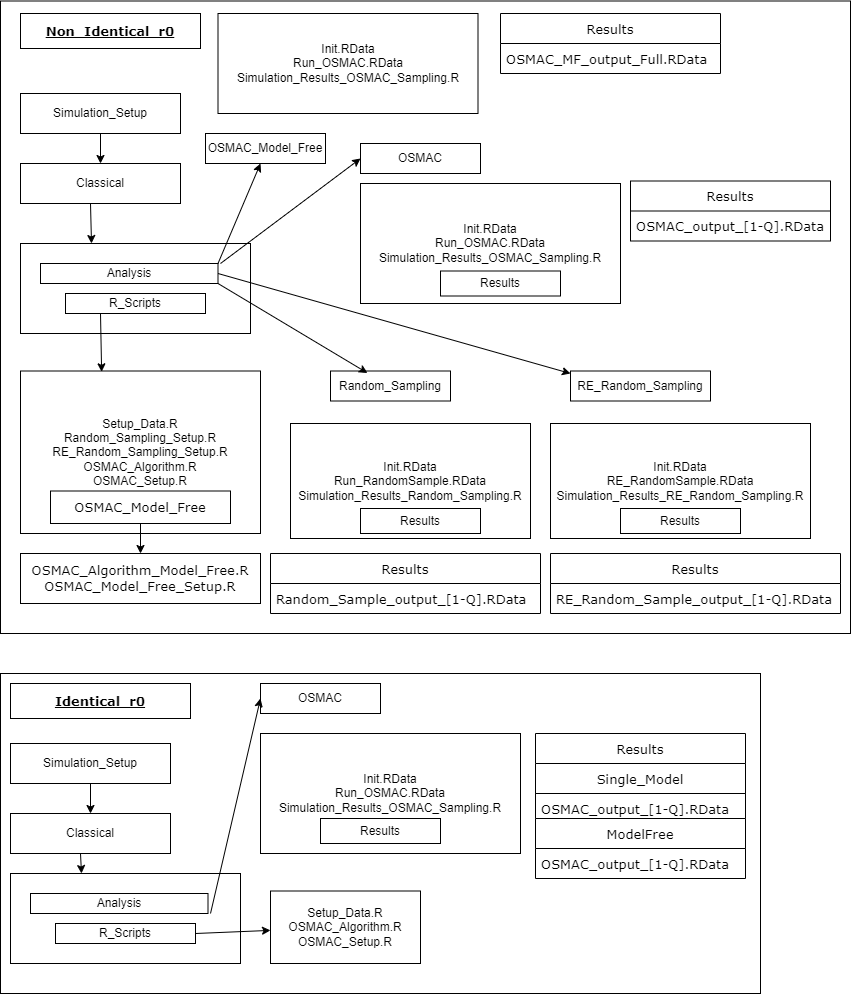
Above: Images/Simulation_Setup.png in Amalan-ConStat/RS_OS_MROS_LR_RWS_SkinData (draw.io), before the change. Source tidied: cells renumbered, new cells last; positions are measured from the earlier drawing's top-left corner, leaving out a move shared by most shapes.
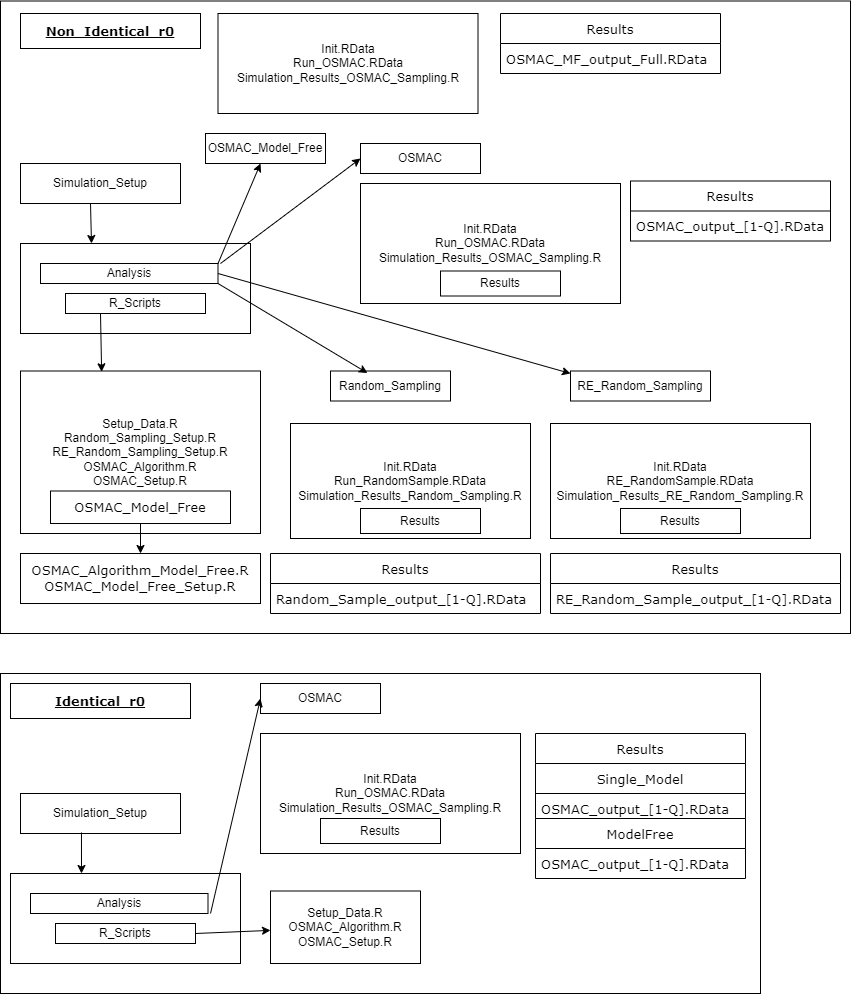
The same diagram one commit later.

Diff of the diagram source:
```diff
@@ -12,20 +12,14 @@
       <mxGeometry x="20" y="242" width="230" height="90" as="geometry" />
     </mxCell>
     <mxCell id="5" value="Simulation_Setup" style="rounded=0;whiteSpace=wrap;html=1;" parent="1" vertex="1">
-      <mxGeometry x="20" y="92" width="160" height="40" as="geometry" />
+      <mxGeometry x="20" y="162" width="160" height="40" as="geometry" />
     </mxCell>
-    <mxCell id="6" value="Classical" style="rounded=0;whiteSpace=wrap;html=1;" parent="1" vertex="1">
-      <mxGeometry x="20" y="162" width="160" height="40" as="geometry" />
-    </mxCell>
     <mxCell id="7" value="&lt;span style=&quot;white-space: normal&quot;&gt;R_Scripts&lt;/span&gt;" style="rounded=0;whiteSpace=wrap;html=1;" parent="1" vertex="1">
       <mxGeometry x="65" y="292" width="140" height="20" as="geometry" />
     </mxCell>
     <mxCell id="8" value="Analysis" style="rounded=0;whiteSpace=wrap;html=1;" parent="1" vertex="1">
       <mxGeometry x="40" y="262" width="177.5" height="20" as="geometry" />
     </mxCell>
-    <mxCell id="9" style="endArrow=classic;html=1;exitX=0.5;exitY=1;exitDx=0;exitDy=0;entryX=0.5;entryY=0;entryDx=0;entryDy=0;" parent="1" edge="1" source="5" target="6">
-      <mxGeometry relative="1" as="geometry" />
-    </mxCell>
     <mxCell id="10" value="Setup_Data.R&lt;br&gt;Random_Sampling_Setup.R&lt;br&gt;RE_Random_Sampling_Setup.R&lt;br&gt;OSMAC_Algorithm.R&lt;br&gt;OSMAC_Setup.R" style="rounded=0;whiteSpace=wrap;html=1;" parent="1" vertex="1">
       <mxGeometry x="20" y="369.5" width="240" height="162.5" as="geometry" />
     </mxCell>
@@ -128,20 +122,14 @@
       <mxGeometry x="10" y="872" width="230" height="90" as="geometry" />
     </mxCell>
     <mxCell id="40" value="Simulation_Setup" style="rounded=0;whiteSpace=wrap;html=1;" parent="1" vertex="1">
-      <mxGeometry x="10" y="742" width="160" height="40" as="geometry" />
+      <mxGeometry x="20" y="792" width="160" height="40" as="geometry" />
     </mxCell>
-    <mxCell id="41" value="Classical" style="rounded=0;whiteSpace=wrap;html=1;" parent="1" vertex="1">
-      <mxGeometry x="10" y="812" width="160" height="40" as="geometry" />
-    </mxCell>
     <mxCell id="42" value="&lt;span style=&quot;white-space: normal&quot;&gt;R_Scripts&lt;/span&gt;" style="rounded=0;whiteSpace=wrap;html=1;" parent="1" vertex="1">
       <mxGeometry x="55" y="922" width="140" height="20" as="geometry" />
     </mxCell>
     <mxCell id="43" value="Analysis" style="rounded=0;whiteSpace=wrap;html=1;" parent="1" vertex="1">
       <mxGeometry x="30" y="892" width="177.5" height="20" as="geometry" />
     </mxCell>
-    <mxCell id="44" style="endArrow=classic;html=1;exitX=0.5;exitY=1;exitDx=0;exitDy=0;entryX=0.5;entryY=0;entryDx=0;entryDy=0;" parent="1" edge="1" source="40" target="41">
-      <mxGeometry relative="1" as="geometry" />
-    </mxCell>
     <mxCell id="45" value="Setup_Data.R&lt;br&gt;OSMAC_Algorithm.R&lt;br&gt;OSMAC_Setup.R" style="rounded=0;whiteSpace=wrap;html=1;" parent="1" vertex="1">
       <mxGeometry x="270" y="889.5" width="150" height="72.5" as="geometry" />
     </mxCell>
@@ -180,9 +168,8 @@
     <mxCell id="56" value="OSMAC_output_[1-Q].RData" style="text;strokeColor=none;fillColor=none;align=left;verticalAlign=middle;spacingLeft=4;spacingRight=4;overflow=hidden;fontFamily=Verdana;fontSize=13;fontColor=#000000;" parent="55" vertex="1">
       <mxGeometry y="30" width="210" height="30" as="geometry" />
     </mxCell>
-    <mxCell id="57" style="endArrow=classic;html=1;exitX=0.25;exitY=1;exitDx=0;exitDy=0;" parent="1" edge="1">
+    <mxCell id="57" style="endArrow=classic;html=1;exitX=0.381;exitY=0.975;exitDx=0;exitDy=0;exitPerimeter=0;" parent="1" edge="1" source="40">
       <mxGeometry relative="1" as="geometry">
-        <mxPoint x="80" y="852" as="sourcePoint" />
         <mxPoint x="81" y="872" as="targetPoint" />
       </mxGeometry>
     </mxCell>
```
